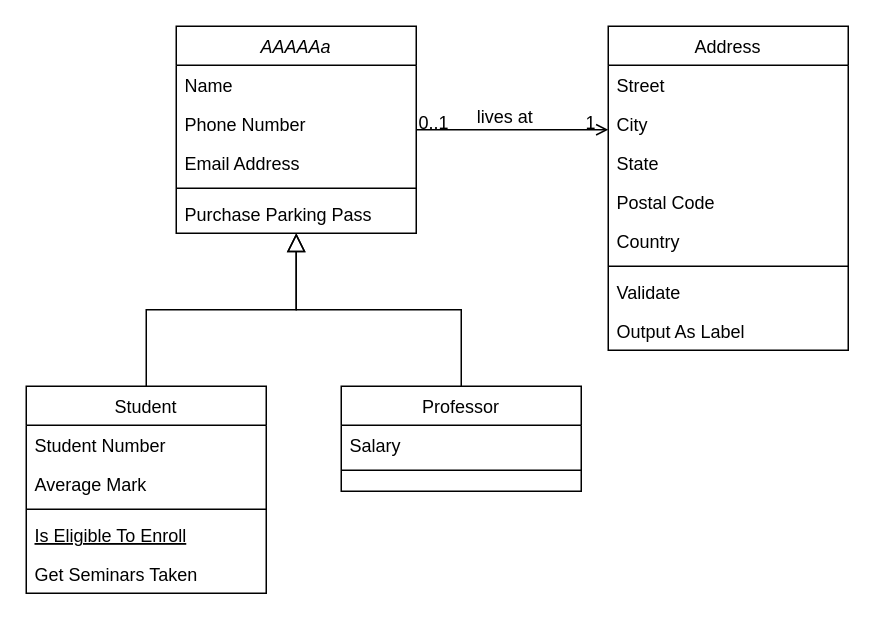
akbarNz/projet_dev_ba2 keeps this draw.io diagram as artefile_uml.drawio. Above is the earlier version. Source tidied: cells renumbered, new cells numbered last; positions are measured from the earlier drawing's top-left corner, leaving out a move shared by most shapes. Both pictures are drawn from the tidied source at 150%, with x=0, y=0 at pixel (26, 26).
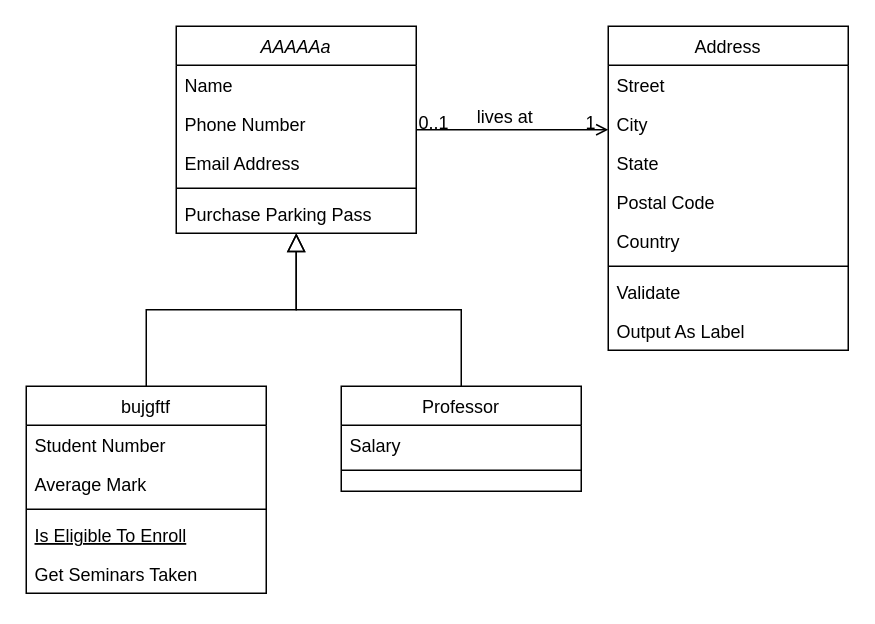
After the change.

Commit message:
Mettre à jour artefile_uml.drawio

The edit, as a diff of the source:
```diff
@@
-    <mxCell id="8" value="Student" style="swimlane;fontStyle=0;align=center;verticalAlign=top;horizontal=1;startSize=26;rounded=0;shadow=0;strokeWidth=1;" parent="1" vertex="1">
+    <mxCell id="8" value="bujgftf&#10;" style="swimlane;fontStyle=0;align=center;verticalAlign=top;horizontal=1;startSize=26;rounded=0;shadow=0;strokeWidth=1;" parent="1" vertex="1">
       <mxGeometry y="240" width="160" height="138" as="geometry" />
     </mxCell>
```
